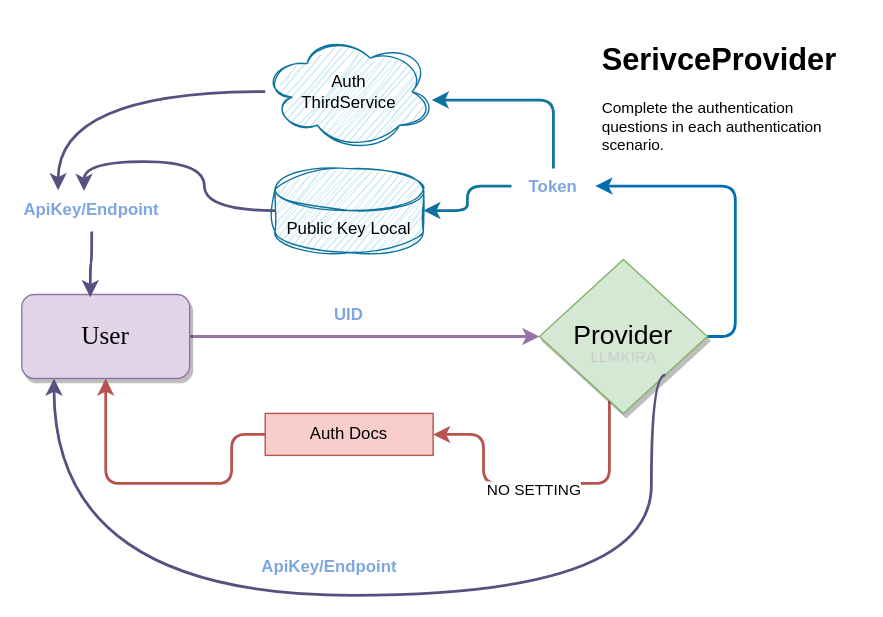
Earlier version of the draw.io export docs/SeriveProvider.svg (LlmKira/Openaibot). Source tidied: cells renumbered, new cells last; positions are measured from the earlier drawing's top-left corner, leaving out a move shared by most shapes.
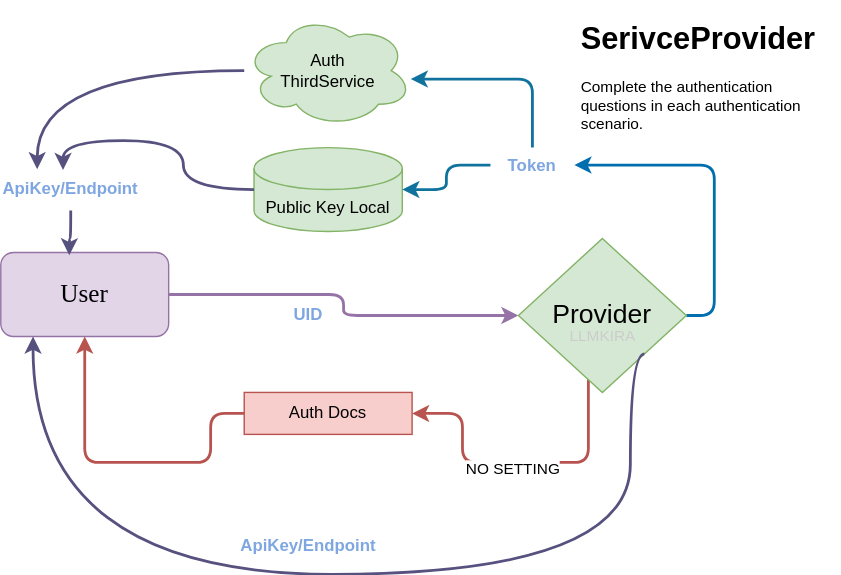
After the commit.

What changed in the source:
```diff
@@ -5,8 +5,8 @@
     <mxCell id="2" style="edgeStyle=orthogonalEdgeStyle;rounded=1;jettySize=auto;html=1;entryX=0;entryY=0.5;entryDx=0;entryDy=0;verticalAlign=middle;fontStyle=0;horizontal=1;fillColor=#e1d5e7;strokeColor=#9673a6;strokeWidth=2;" parent="1" edge="1" source="3" target="8">
       <mxGeometry relative="1" as="geometry" />
     </mxCell>
-    <mxCell id="3" value="&lt;font style=&quot;font-size: 18px;&quot;&gt;User&lt;/font&gt;" style="rounded=1;whiteSpace=wrap;html=1;fontFamily=Verdana;fillColor=#e1d5e7;strokeColor=#9673a6;glass=0;shadow=1;" parent="1" vertex="1">
-      <mxGeometry y="185" width="120" height="60" as="geometry" />
+    <mxCell id="3" value="&lt;font style=&quot;font-size: 18px;&quot;&gt;User&lt;/font&gt;" style="rounded=1;whiteSpace=wrap;html=1;fontFamily=Verdana;fillColor=#e1d5e7;strokeColor=#9673a6;glass=0;shadow=0;" parent="1" vertex="1">
+      <mxGeometry y="170" width="120" height="60" as="geometry" />
     </mxCell>
     <mxCell id="4" style="edgeStyle=orthogonalEdgeStyle;rounded=1;jettySize=auto;html=1;entryX=0.5;entryY=1;entryDx=0;entryDy=0;fillColor=#f8cecc;strokeColor=#b85450;strokeWidth=2;" parent="1" edge="1" source="10" target="3">
       <mxGeometry relative="1" as="geometry">
@@ -32,7 +32,7 @@
     <mxCell id="7" style="edgeStyle=orthogonalEdgeStyle;jettySize=auto;html=1;exitX=1;exitY=0.5;exitDx=0;exitDy=0;entryX=1;entryY=0.5;entryDx=0;entryDy=0;fillColor=#1ba1e2;strokeColor=#006EAF;strokeWidth=2;rounded=1;" parent="1" edge="1" source="8" target="12">
       <mxGeometry relative="1" as="geometry" />
     </mxCell>
-    <mxCell id="8" value="&lt;div style=&quot;font-size: 13px;&quot;&gt;&lt;font style=&quot;font-size: 19px;&quot;&gt;Provider&lt;/font&gt;&lt;/div&gt;" style="rhombus;whiteSpace=wrap;html=1;fillColor=#d5e8d4;strokeColor=#82b366;shadow=1;" parent="1" vertex="1">
+    <mxCell id="8" value="&lt;div style=&quot;font-size: 13px;&quot;&gt;&lt;font style=&quot;font-size: 19px;&quot;&gt;Provider&lt;/font&gt;&lt;/div&gt;" style="rhombus;whiteSpace=wrap;html=1;fillColor=#d5e8d4;strokeColor=#82b366;shadow=0;" parent="1" vertex="1">
       <mxGeometry x="370" y="160" width="120" height="110" as="geometry" />
     </mxCell>
     <mxCell id="9" value="ApiKey/Endpoint" style="text;html=1;strokeColor=none;fillColor=none;align=center;verticalAlign=middle;whiteSpace=wrap;rounded=0;fontColor=#7EA6E0;labelBackgroundColor=none;fontStyle=1;" parent="1" vertex="1">
@@ -42,15 +42,15 @@
       <mxGeometry x="174" y="270" width="120" height="30" as="geometry" />
     </mxCell>
     <mxCell id="11" value="UID" style="text;html=1;strokeColor=none;fillColor=none;align=center;verticalAlign=middle;whiteSpace=wrap;rounded=0;fontColor=#7EA6E0;labelBackgroundColor=none;fontStyle=1;" parent="1" vertex="1">
-      <mxGeometry x="204" y="185" width="60" height="30" as="geometry" />
+      <mxGeometry x="190" y="200" width="60" height="30" as="geometry" />
     </mxCell>
     <mxCell id="12" value="Token" style="text;html=1;strokeColor=none;fillColor=none;align=center;verticalAlign=middle;whiteSpace=wrap;rounded=0;fontColor=#7EA6E0;labelBackgroundColor=none;fontStyle=1;" parent="1" vertex="1">
       <mxGeometry x="350" y="95" width="60" height="25" as="geometry" />
     </mxCell>
-    <mxCell id="13" value="&lt;div&gt;Auth&lt;/div&gt;&lt;div&gt;ThirdService&lt;/div&gt;" style="ellipse;shape=cloud;whiteSpace=wrap;html=1;fillColor=#b1ddf0;strokeColor=#10739e;sketch=1;curveFitting=1;jiggle=2;" parent="1" vertex="1">
+    <mxCell id="13" value="&lt;div&gt;Auth&lt;/div&gt;&lt;div&gt;ThirdService&lt;/div&gt;" style="ellipse;shape=cloud;whiteSpace=wrap;html=1;sketch=0;curveFitting=1;jiggle=2;fillColor=#d5e8d4;strokeColor=#82b366;" parent="1" vertex="1">
       <mxGeometry x="174" width="120" height="80" as="geometry" />
     </mxCell>
-    <mxCell id="14" value="Public Key Local" style="shape=cylinder3;whiteSpace=wrap;html=1;boundedLbl=1;backgroundOutline=1;size=15;fillColor=#b1ddf0;strokeColor=#10739e;sketch=1;curveFitting=1;jiggle=2;" parent="1" vertex="1">
+    <mxCell id="14" value="Public Key Local" style="shape=cylinder3;whiteSpace=wrap;html=1;boundedLbl=1;backgroundOutline=1;size=15;sketch=0;curveFitting=1;jiggle=2;fillColor=#d5e8d4;strokeColor=#82b366;" parent="1" vertex="1">
       <mxGeometry x="181" y="95" width="106" height="60" as="geometry" />
     </mxCell>
     <mxCell id="15" style="edgeStyle=orthogonalEdgeStyle;jettySize=auto;html=1;entryX=1;entryY=0.5;entryDx=0;entryDy=0;entryPerimeter=0;fillColor=#b1ddf0;strokeColor=#10739e;strokeWidth=2;rounded=1;" parent="1" edge="1" source="12" target="14">
```
